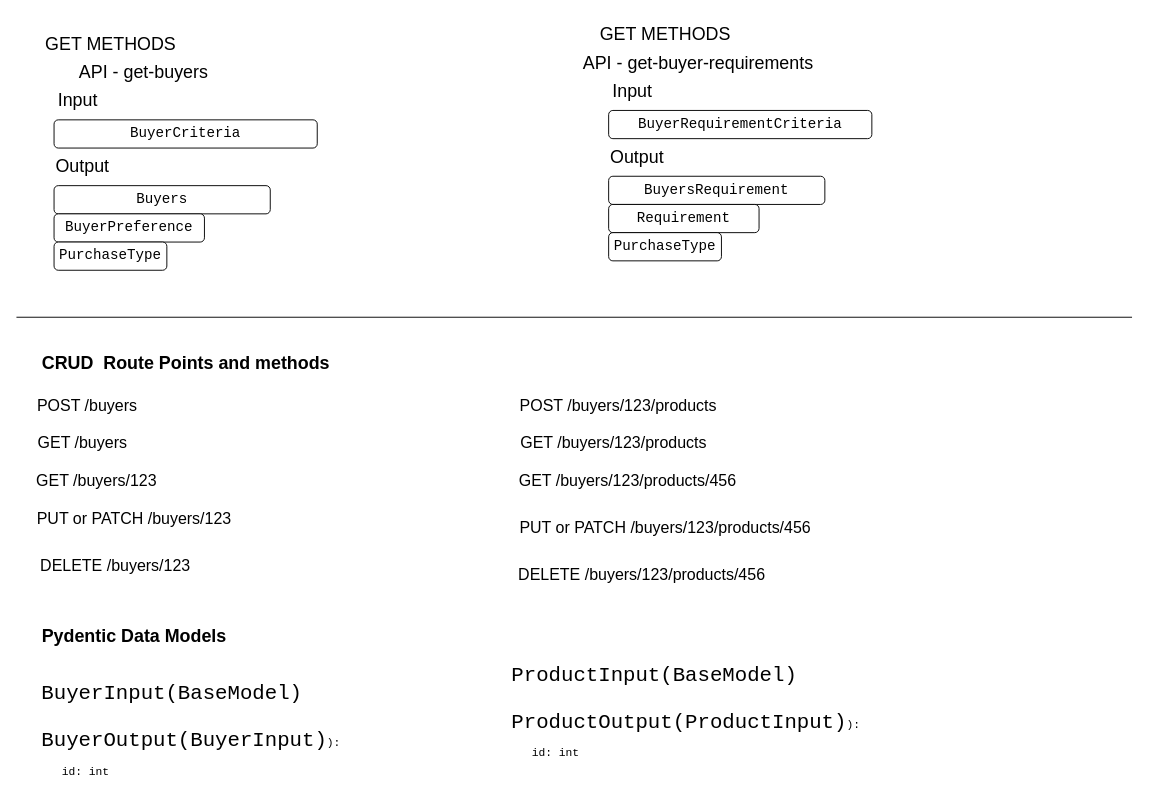
The draw.io diagram page "buyer-api" (5 of 8) of Agroconnect.drawio in ramprasad2018/agconnect, before the edit. Source tidied: cells renumbered, new cells numbered last; positions are measured from the earlier drawing's top-left corner, leaving out a move shared by most shapes. Both pictures are drawn from the tidied source at 94%, with x=0, y=0 at pixel (16, 16).
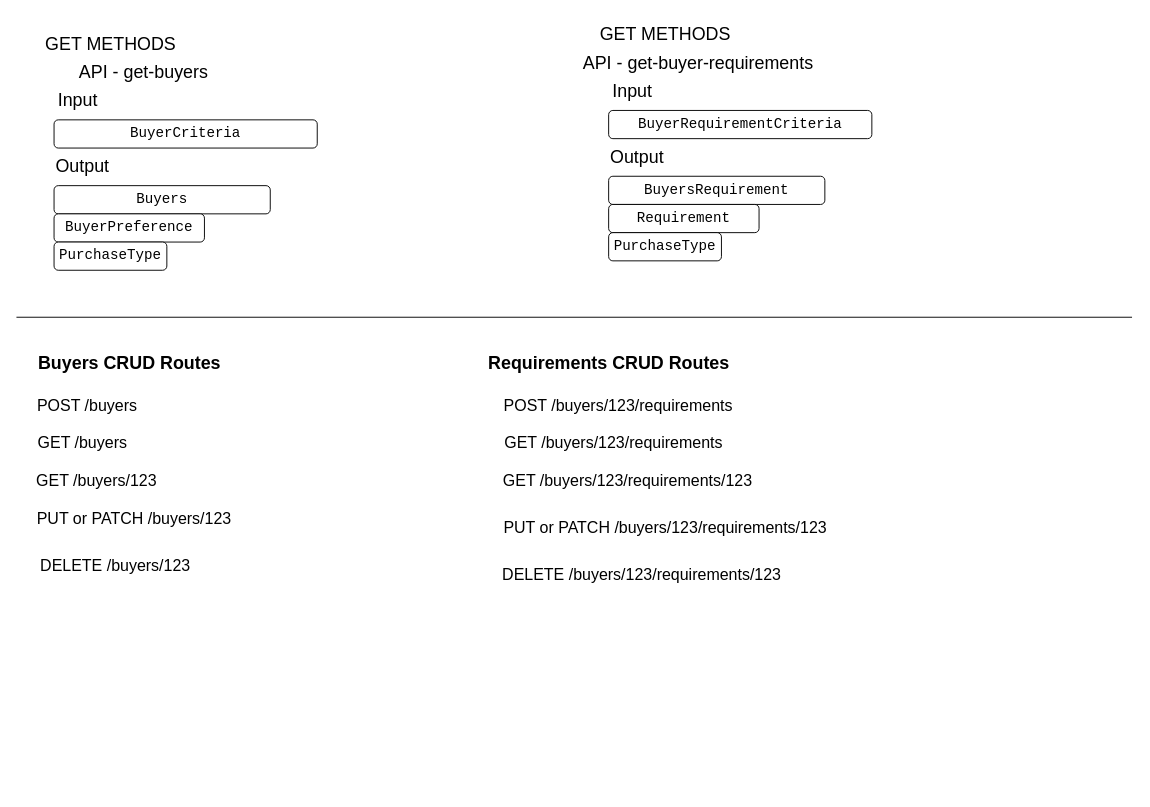
The same diagram, later.

The edit, as a diff of the source:
```diff
@@
-    <mxCell id="18" value="&lt;font style=&quot;font-size: 19px;&quot;&gt;&lt;b&gt;CRUD&amp;nbsp; Route Points and methods&lt;/b&gt;&lt;/font&gt;" style="text;html=1;align=center;verticalAlign=middle;fillColor=none;strokeColor=none;rounded=0;fontSize=17;" parent="1" vertex="1">
-      <mxGeometry x="15" y="350" width="330" height="40" as="geometry" />
+    <mxCell id="18" value="&lt;font style=&quot;font-size: 19px;&quot;&gt;&lt;b&gt;Buyers CRUD Routes&lt;/b&gt;&lt;/font&gt;" style="text;html=1;align=center;verticalAlign=middle;fillColor=none;strokeColor=none;rounded=0;fontSize=17;" parent="1" vertex="1">
+      <mxGeometry x="10" y="350" width="220" height="40" as="geometry" />
     </mxCell>
@@
-    <mxCell id="24" value="POST /buyers/123/products" style="text;html=1;align=center;verticalAlign=middle;fillColor=none;strokeColor=none;rounded=0;fontSize=17;" parent="1" vertex="1">
-      <mxGeometry x="525" y="400" width="230" height="30" as="geometry" />
+    <mxCell id="24" value="POST /buyers/123/requirements" style="text;html=1;align=center;verticalAlign=middle;fillColor=none;strokeColor=none;rounded=0;fontSize=17;" parent="1" vertex="1">
+      <mxGeometry x="505" y="400" width="270" height="30" as="geometry" />
     </mxCell>
-    <mxCell id="25" value="GET /buyers/123/products" style="text;html=1;align=center;verticalAlign=middle;fillColor=none;strokeColor=none;rounded=0;fontSize=17;" parent="1" vertex="1">
-      <mxGeometry x="525" y="440" width="220" height="30" as="geometry" />
+    <mxCell id="25" value="GET /buyers/123/requirements" style="text;html=1;align=center;verticalAlign=middle;fillColor=none;strokeColor=none;rounded=0;fontSize=17;" parent="1" vertex="1">
+      <mxGeometry x="505" y="440" width="260" height="30" as="geometry" />
     </mxCell>
-    <mxCell id="26" value="GET /buyers/123/products/456" style="text;html=1;align=center;verticalAlign=middle;fillColor=none;strokeColor=none;rounded=0;fontSize=17;" parent="1" vertex="1">
-      <mxGeometry x="525" y="480" width="250" height="30" as="geometry" />
+    <mxCell id="26" value="GET /buyers/123/requirements/123" style="text;html=1;align=center;verticalAlign=middle;fillColor=none;strokeColor=none;rounded=0;fontSize=17;" parent="1" vertex="1">
+      <mxGeometry x="505" y="480" width="290" height="30" as="geometry" />
     </mxCell>
-    <mxCell id="27" value="PUT or PATCH /buyers/123/products/456" style="text;html=1;align=center;verticalAlign=middle;fillColor=none;strokeColor=none;rounded=0;fontSize=17;" parent="1" vertex="1">
-      <mxGeometry x="525" y="530" width="330" height="30" as="geometry" />
+    <mxCell id="27" value="PUT or PATCH /buyers/123/requirements/123" style="text;html=1;align=center;verticalAlign=middle;fillColor=none;strokeColor=none;rounded=0;fontSize=17;" parent="1" vertex="1">
+      <mxGeometry x="505" y="530" width="370" height="30" as="geometry" />
     </mxCell>
-    <mxCell id="28" value="DELETE /buyers/123/products/456" style="text;html=1;align=center;verticalAlign=middle;fillColor=none;strokeColor=none;rounded=0;fontSize=17;" parent="1" vertex="1">
-      <mxGeometry x="520" y="580" width="290" height="30" as="geometry" />
+    <mxCell id="28" value="DELETE /buyers/123/requirements/123" style="text;html=1;align=center;verticalAlign=middle;fillColor=none;strokeColor=none;rounded=0;fontSize=17;" parent="1" vertex="1">
+      <mxGeometry x="505" y="580" width="320" height="30" as="geometry" />
     </mxCell>
-    <mxCell id="29" value="&lt;font style=&quot;font-size: 19px;&quot;&gt;&lt;b&gt;Pydentic Data Models&lt;/b&gt;&lt;/font&gt;" style="text;html=1;align=center;verticalAlign=middle;fillColor=none;strokeColor=none;rounded=0;fontSize=17;" parent="1" vertex="1">
-      <mxGeometry x="15" y="640" width="220" height="40" as="geometry" />
-    </mxCell>
-    <mxCell id="30" value="&lt;pre style=&quot;background-color: rgb(255, 255, 255); color: rgb(0, 0, 0); font-family: &amp;quot;JetBrains Mono&amp;quot;, monospace;&quot;&gt;&lt;font style=&quot;font-size: 22px;&quot;&gt;BuyerInput(BaseModel)&lt;/font&gt;&lt;/pre&gt;" style="text;whiteSpace=wrap;html=1;" parent="1" vertex="1">
-      <mxGeometry x="25" y="690" width="310" height="70" as="geometry" />
-    </mxCell>
-    <mxCell id="31" value="&lt;pre style=&quot;background-color: rgb(255, 255, 255); color: rgb(0, 0, 0); font-family: &amp;quot;JetBrains Mono&amp;quot;, monospace;&quot;&gt;&lt;font style=&quot;font-size: 22px;&quot;&gt;BuyerOutput(BuyerInput)&lt;/font&gt;):&lt;/pre&gt;&lt;pre style=&quot;background-color: rgb(255, 255, 255); color: rgb(0, 0, 0); font-family: &amp;quot;JetBrains Mono&amp;quot;, monospace;&quot;&gt;   id: int&lt;/pre&gt;" style="text;whiteSpace=wrap;html=1;" parent="1" vertex="1">
-      <mxGeometry x="25" y="740" width="380" height="70" as="geometry" />
-    </mxCell>
-    <mxCell id="32" value="&lt;pre style=&quot;background-color: rgb(255, 255, 255); color: rgb(0, 0, 0); font-family: &amp;quot;JetBrains Mono&amp;quot;, monospace;&quot;&gt;&lt;font style=&quot;font-size: 22px;&quot;&gt;ProductInput(BaseModel)&lt;/font&gt;&lt;/pre&gt;" style="text;whiteSpace=wrap;html=1;" parent="1" vertex="1">
-      <mxGeometry x="525" y="670" width="310" height="70" as="geometry" />
-    </mxCell>
-    <mxCell id="33" value="&lt;pre style=&quot;background-color: rgb(255, 255, 255); color: rgb(0, 0, 0); font-family: &amp;quot;JetBrains Mono&amp;quot;, monospace;&quot;&gt;&lt;font style=&quot;font-size: 22px;&quot;&gt;ProductOutput(ProductInput)&lt;/font&gt;):&lt;/pre&gt;&lt;pre style=&quot;background-color: rgb(255, 255, 255); color: rgb(0, 0, 0); font-family: &amp;quot;JetBrains Mono&amp;quot;, monospace;&quot;&gt;   id: int&lt;/pre&gt;" style="text;whiteSpace=wrap;html=1;" parent="1" vertex="1">
-      <mxGeometry x="525" y="720" width="380" height="70" as="geometry" />
-    </mxCell>
@@
+    <mxCell id="35" value="&lt;font style=&quot;font-size: 19px;&quot;&gt;&lt;b&gt;Requirements CRUD Routes&lt;/b&gt;&lt;/font&gt;" style="text;html=1;align=center;verticalAlign=middle;fillColor=none;strokeColor=none;rounded=0;fontSize=17;" parent="1" vertex="1">
+      <mxGeometry x="490" y="350" width="280" height="40" as="geometry" />
+    </mxCell>
```
